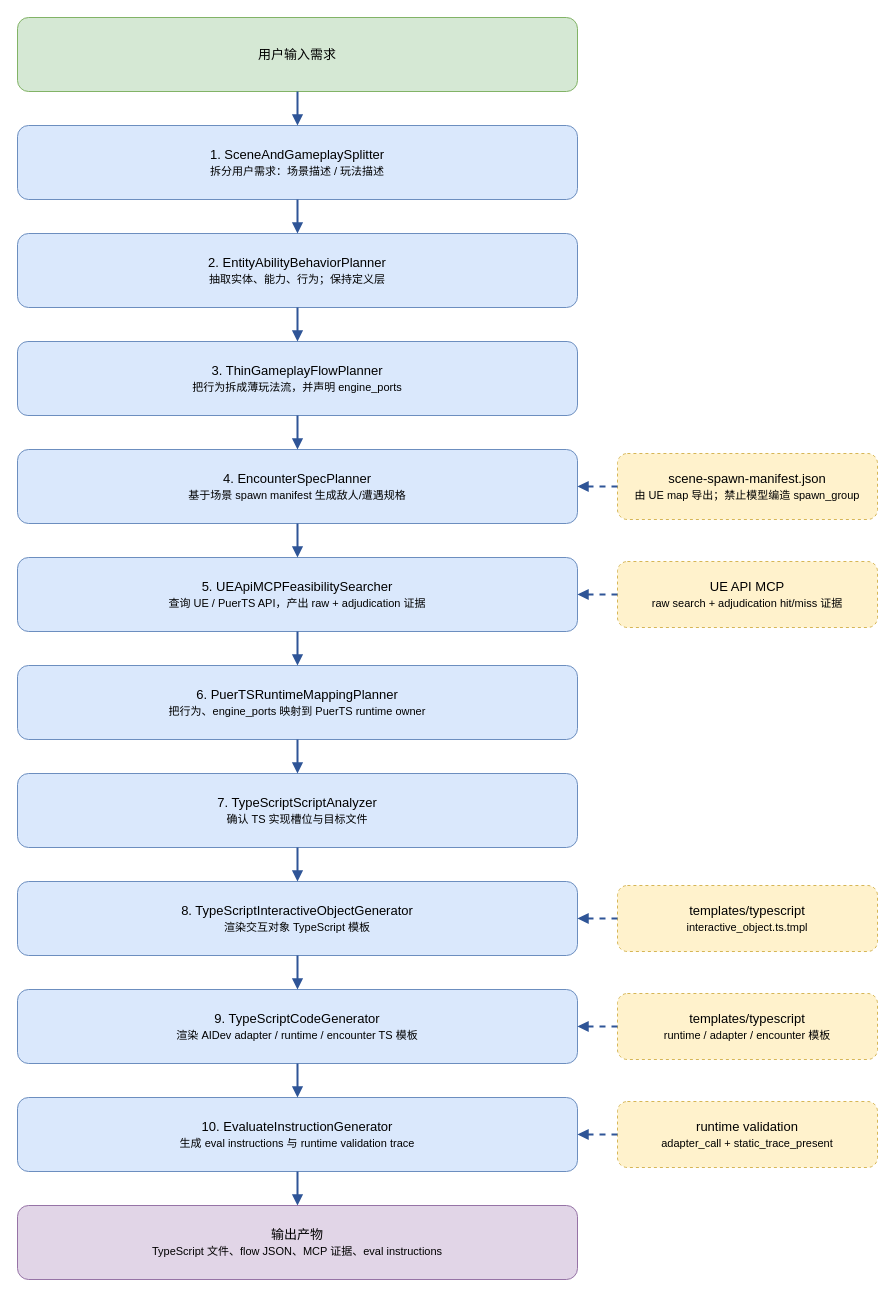
chu123122/AutoUE keeps this draw.io diagram as docs/current-puerts-workflow.drawio. Above is the earlier version. Source tidied: cells renumbered, new cells numbered last; positions are measured from the earlier drawing's top-left corner, leaving out a move shared by most shapes. Both pictures are drawn from the tidied source at 100%, with x=0, y=0 at pixel (17, 17).
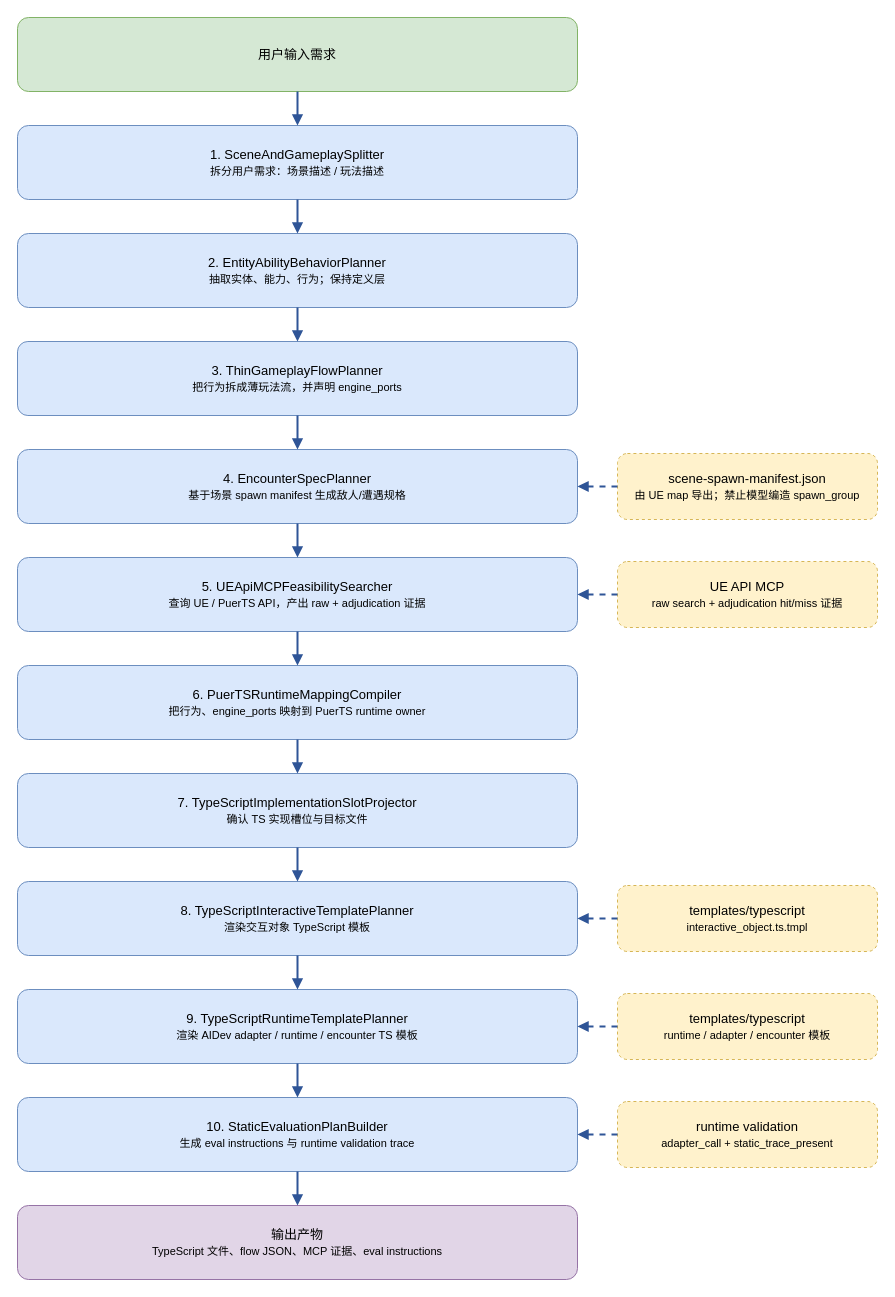
The same page after the edit.

Commit message (it also covers changes not shown here):
docs: update puerts workflow node docs

What changed in the source:
```diff
@@
-    <mxCell id="13" value="6. PuerTSRuntimeMappingPlanner&lt;br&gt;&lt;font style=&quot;font-size: 11px&quot;&gt;把行为、engine_ports 映射到 PuerTS runtime owner&lt;/font&gt;" style="rounded=1;whiteSpace=wrap;html=1;fillColor=#dae8fc;strokeColor=#6c8ebf;fontFamily=Microsoft YaHei;fontSize=13;spacing=8;" parent="1" vertex="1">
+    <mxCell id="13" value="6. PuerTSRuntimeMappingCompiler&lt;br&gt;&lt;font style=&quot;font-size: 11px&quot;&gt;把行为、engine_ports 映射到 PuerTS runtime owner&lt;/font&gt;" style="rounded=1;whiteSpace=wrap;html=1;fillColor=#dae8fc;strokeColor=#6c8ebf;fontFamily=Microsoft YaHei;fontSize=13;spacing=8;" parent="1" vertex="1">
       <mxGeometry y="648" width="560" height="74" as="geometry" />
     </mxCell>
@@
-    <mxCell id="15" value="7. TypeScriptScriptAnalyzer&lt;br&gt;&lt;font style=&quot;font-size: 11px&quot;&gt;确认 TS 实现槽位与目标文件&lt;/font&gt;" style="rounded=1;whiteSpace=wrap;html=1;fillColor=#dae8fc;strokeColor=#6c8ebf;fontFamily=Microsoft YaHei;fontSize=13;spacing=8;" parent="1" vertex="1">
+    <mxCell id="15" value="7. TypeScriptImplementationSlotProjector&lt;br&gt;&lt;font style=&quot;font-size: 11px&quot;&gt;确认 TS 实现槽位与目标文件&lt;/font&gt;" style="rounded=1;whiteSpace=wrap;html=1;fillColor=#dae8fc;strokeColor=#6c8ebf;fontFamily=Microsoft YaHei;fontSize=13;spacing=8;" parent="1" vertex="1">
       <mxGeometry y="756" width="560" height="74" as="geometry" />
     </mxCell>
@@
-    <mxCell id="17" value="8. TypeScriptInteractiveObjectGenerator&lt;br&gt;&lt;font style=&quot;font-size: 11px&quot;&gt;渲染交互对象 TypeScript 模板&lt;/font&gt;" style="rounded=1;whiteSpace=wrap;html=1;fillColor=#dae8fc;strokeColor=#6c8ebf;fontFamily=Microsoft YaHei;fontSize=13;spacing=8;" parent="1" vertex="1">
+    <mxCell id="17" value="8. TypeScriptInteractiveTemplatePlanner&lt;br&gt;&lt;font style=&quot;font-size: 11px&quot;&gt;渲染交互对象 TypeScript 模板&lt;/font&gt;" style="rounded=1;whiteSpace=wrap;html=1;fillColor=#dae8fc;strokeColor=#6c8ebf;fontFamily=Microsoft YaHei;fontSize=13;spacing=8;" parent="1" vertex="1">
       <mxGeometry y="864" width="560" height="74" as="geometry" />
     </mxCell>
@@
-    <mxCell id="19" value="9. TypeScriptCodeGenerator&lt;br&gt;&lt;font style=&quot;font-size: 11px&quot;&gt;渲染 AIDev adapter / runtime / encounter TS 模板&lt;/font&gt;" style="rounded=1;whiteSpace=wrap;html=1;fillColor=#dae8fc;strokeColor=#6c8ebf;fontFamily=Microsoft YaHei;fontSize=13;spacing=8;" parent="1" vertex="1">
+    <mxCell id="19" value="9. TypeScriptRuntimeTemplatePlanner&lt;br&gt;&lt;font style=&quot;font-size: 11px&quot;&gt;渲染 AIDev adapter / runtime / encounter TS 模板&lt;/font&gt;" style="rounded=1;whiteSpace=wrap;html=1;fillColor=#dae8fc;strokeColor=#6c8ebf;fontFamily=Microsoft YaHei;fontSize=13;spacing=8;" parent="1" vertex="1">
       <mxGeometry y="972" width="560" height="74" as="geometry" />
     </mxCell>
@@
-    <mxCell id="21" value="10. EvaluateInstructionGenerator&lt;br&gt;&lt;font style=&quot;font-size: 11px&quot;&gt;生成 eval instructions 与 runtime validation trace&lt;/font&gt;" style="rounded=1;whiteSpace=wrap;html=1;fillColor=#dae8fc;strokeColor=#6c8ebf;fontFamily=Microsoft YaHei;fontSize=13;spacing=8;" parent="1" vertex="1">
+    <mxCell id="21" value="10. StaticEvaluationPlanBuilder&lt;br&gt;&lt;font style=&quot;font-size: 11px&quot;&gt;生成 eval instructions 与 runtime validation trace&lt;/font&gt;" style="rounded=1;whiteSpace=wrap;html=1;fillColor=#dae8fc;strokeColor=#6c8ebf;fontFamily=Microsoft YaHei;fontSize=13;spacing=8;" parent="1" vertex="1">
       <mxGeometry y="1080" width="560" height="74" as="geometry" />
     </mxCell>
```
